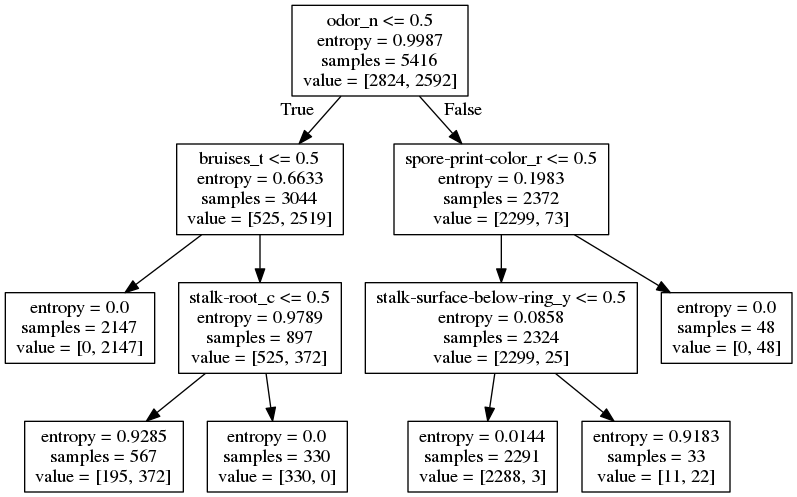
Above: assets/dt.png in taekim97/Poisonous-Mushrooms (Graphviz), before the change. Its source is kept beside it as assets/dt.dot.
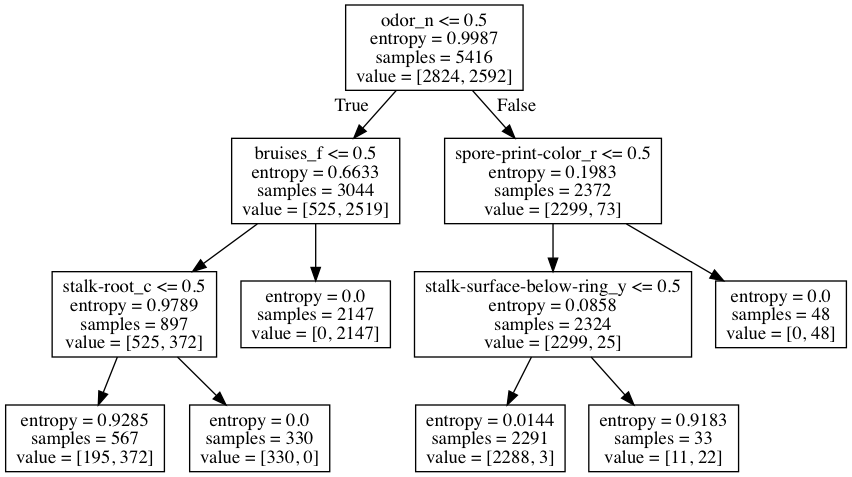
After the change.

Change to the diagram source:
```diff
@@ -1,16 +1,16 @@
 digraph Tree {
 node [shape=box] ;
 0 [label="odor_n <= 0.5\nentropy = 0.9987\nsamples = 5416\nvalue = [2824, 2592]"] ;
-1 [label="bruises_t <= 0.5\nentropy = 0.6633\nsamples = 3044\nvalue = [525, 2519]"] ;
+1 [label="bruises_f <= 0.5\nentropy = 0.6633\nsamples = 3044\nvalue = [525, 2519]"] ;
 0 -> 1 [labeldistance=2.5, labelangle=45, headlabel="True"] ;
-2 [label="entropy = 0.0\nsamples = 2147\nvalue = [0, 2147]"] ;
+2 [label="stalk-root_c <= 0.5\nentropy = 0.9789\nsamples = 897\nvalue = [525, 372]"] ;
 1 -> 2 ;
-3 [label="stalk-root_c <= 0.5\nentropy = 0.9789\nsamples = 897\nvalue = [525, 372]"] ;
-1 -> 3 ;
-4 [label="entropy = 0.9285\nsamples = 567\nvalue = [195, 372]"] ;
-3 -> 4 ;
-5 [label="entropy = 0.0\nsamples = 330\nvalue = [330, 0]"] ;
-3 -> 5 ;
+3 [label="entropy = 0.9285\nsamples = 567\nvalue = [195, 372]"] ;
+2 -> 3 ;
+4 [label="entropy = 0.0\nsamples = 330\nvalue = [330, 0]"] ;
+2 -> 4 ;
+5 [label="entropy = 0.0\nsamples = 2147\nvalue = [0, 2147]"] ;
+1 -> 5 ;
 6 [label="spore-print-color_r <= 0.5\nentropy = 0.1983\nsamples = 2372\nvalue = [2299, 73]"] ;
 0 -> 6 [labeldistance=2.5, labelangle=-45, headlabel="False"] ;
 7 [label="stalk-surface-below-ring_y <= 0.5\nentropy = 0.0858\nsamples = 2324\nvalue = [2299, 25]"] ;
```
